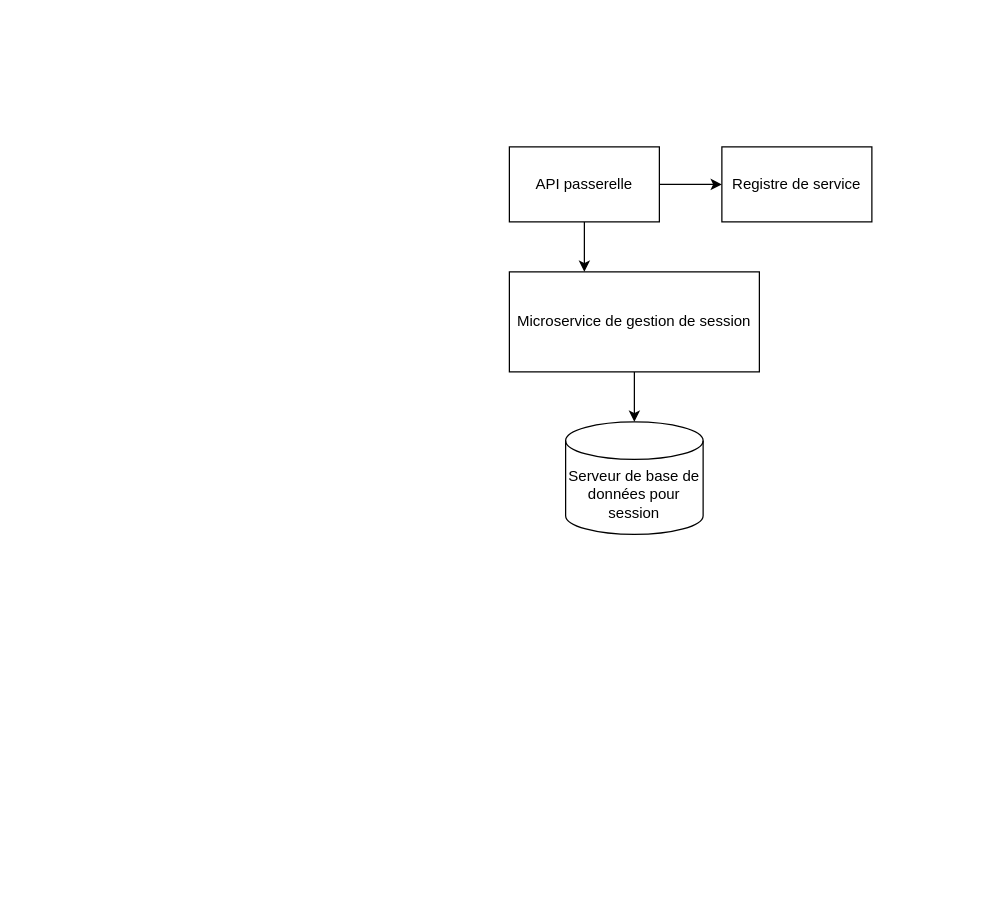
cjour/audit_logistics keeps this draw.io diagram as AplicativeArchitecture.drawio. Above is the earlier version. Source tidied: cells renumbered, new cells numbered last; positions are measured from the earlier drawing's top-left corner, leaving out a move shared by most shapes. Both pictures are drawn from the tidied source at 125%, with x=0, y=0 at pixel (509, 146).
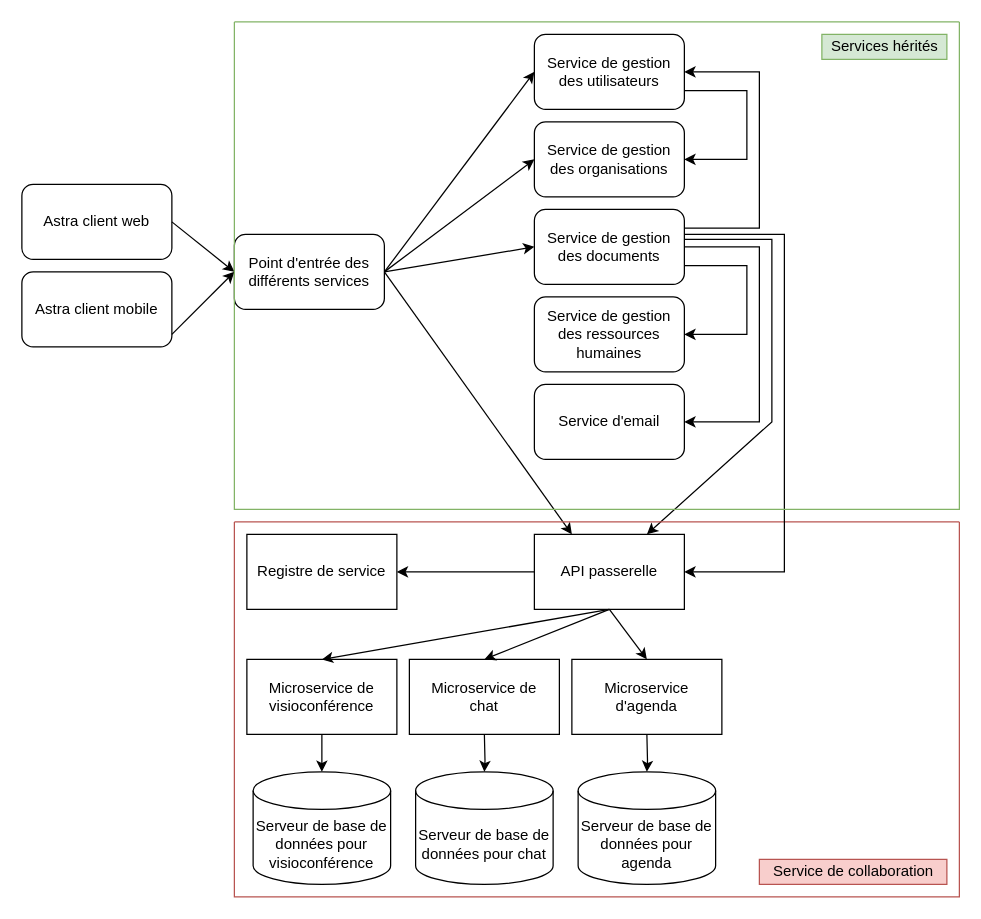
Above is the later version.

Diff of the diagram source:
```diff
@@
-    <mxCell id="2" style="edgeStyle=orthogonalEdgeStyle;rounded=0;jettySize=auto;html=1;" parent="1" edge="1" source="3" target="8">
-      <mxGeometry relative="1" as="geometry" />
-    </mxCell>
-    <mxCell id="3" value="Microservice de gestion de session" style="rounded=0;whiteSpace=wrap;html=1;" parent="1" vertex="1">
-      <mxGeometry y="100" width="200" height="80" as="geometry" />
-    </mxCell>
+    <mxCell id="9" value="Astra client web" style="rounded=1;whiteSpace=wrap;html=1;" parent="1" vertex="1">
+      <mxGeometry x="-390" y="30" width="120" height="60" as="geometry" />
+    </mxCell>
+    <mxCell id="10" value="Astra client mobile" style="rounded=1;whiteSpace=wrap;html=1;" parent="1" vertex="1">
+      <mxGeometry x="-390" y="100" width="120" height="60" as="geometry" />
+    </mxCell>
+    <mxCell id="11" value="Point d'entrée des différents services" style="rounded=1;whiteSpace=wrap;html=1;" parent="1" vertex="1">
+      <mxGeometry x="-220" y="70" width="120" height="60" as="geometry" />
+    </mxCell>
+    <mxCell id="12" value="Service de gestion des utilisateurs" style="rounded=1;whiteSpace=wrap;html=1;" parent="1" vertex="1">
+      <mxGeometry x="20" y="-90" width="120" height="60" as="geometry" />
+    </mxCell>
+    <mxCell id="13" value="Service de gestion des documents" style="rounded=1;whiteSpace=wrap;html=1;" parent="1" vertex="1">
+      <mxGeometry x="20" y="50" width="120" height="60" as="geometry" />
+    </mxCell>
+    <mxCell id="14" value="Service de gestion des organisations" style="rounded=1;whiteSpace=wrap;html=1;" parent="1" vertex="1">
+      <mxGeometry x="20" y="-20" width="120" height="60" as="geometry" />
+    </mxCell>
+    <mxCell id="15" value="Service de gestion des ressources humaines" style="rounded=1;whiteSpace=wrap;html=1;" parent="1" vertex="1">
+      <mxGeometry x="20" y="120" width="120" height="60" as="geometry" />
+    </mxCell>
+    <mxCell id="16" style="endArrow=classic;html=1;rounded=0;" parent="1" edge="1">
+      <mxGeometry relative="1" as="geometry">
+        <mxPoint x="-270" y="150" as="sourcePoint" />
+        <mxPoint x="-220" y="100" as="targetPoint" />
+      </mxGeometry>
+    </mxCell>
+    <mxCell id="17" style="endArrow=classic;html=1;rounded=0;entryX=0;entryY=0.5;entryDx=0;entryDy=0;" parent="1" edge="1" target="11">
+      <mxGeometry relative="1" as="geometry">
+        <mxPoint x="-270" y="60" as="sourcePoint" />
+      </mxGeometry>
+    </mxCell>
+    <mxCell id="18" style="endArrow=classic;html=1;rounded=0;entryX=0;entryY=0.5;entryDx=0;entryDy=0;exitX=1;exitY=0.5;exitDx=0;exitDy=0;" parent="1" edge="1" source="11" target="13">
+      <mxGeometry relative="1" as="geometry" />
+    </mxCell>
+    <mxCell id="19" style="endArrow=classic;html=1;rounded=0;entryX=0;entryY=0.5;entryDx=0;entryDy=0;exitX=1;exitY=0.5;exitDx=0;exitDy=0;" parent="1" edge="1" source="11" target="14">
+      <mxGeometry relative="1" as="geometry" />
+    </mxCell>
+    <mxCell id="20" style="endArrow=classic;html=1;rounded=0;exitX=1;exitY=0.5;exitDx=0;exitDy=0;entryX=0;entryY=0.5;entryDx=0;entryDy=0;" parent="1" edge="1" source="11" target="12">
+      <mxGeometry relative="1" as="geometry" />
+    </mxCell>
+    <mxCell id="21" style="endArrow=classic;html=1;rounded=0;exitX=1;exitY=0.75;exitDx=0;exitDy=0;entryX=1;entryY=0.5;entryDx=0;entryDy=0;" parent="1" edge="1" source="12" target="14">
+      <mxGeometry relative="1" as="geometry">
+        <Array as="points">
+          <mxPoint x="190" y="-45" />
+          <mxPoint x="190" y="10" />
+        </Array>
+      </mxGeometry>
+    </mxCell>
+    <mxCell id="22" style="endArrow=classic;html=1;rounded=0;exitX=1;exitY=0.25;exitDx=0;exitDy=0;entryX=1;entryY=0.5;entryDx=0;entryDy=0;" parent="1" edge="1" source="13" target="12">
+      <mxGeometry relative="1" as="geometry">
+        <Array as="points">
+          <mxPoint x="200" y="65" />
+          <mxPoint x="200" y="-60" />
+        </Array>
+      </mxGeometry>
+    </mxCell>
+    <mxCell id="23" style="endArrow=classic;html=1;rounded=0;exitX=1;exitY=0.75;exitDx=0;exitDy=0;entryX=1;entryY=0.5;entryDx=0;entryDy=0;" parent="1" edge="1" source="13" target="15">
+      <mxGeometry relative="1" as="geometry">
+        <Array as="points">
+          <mxPoint x="190" y="95" />
+          <mxPoint x="190" y="150" />
+        </Array>
+      </mxGeometry>
+    </mxCell>
+    <mxCell id="24" style="endArrow=classic;html=1;rounded=0;exitX=1;exitY=0.5;exitDx=0;exitDy=0;entryX=1;entryY=0.5;entryDx=0;entryDy=0;" parent="1" edge="1" source="13" target="25">
+      <mxGeometry relative="1" as="geometry">
+        <Array as="points">
+          <mxPoint x="200" y="80" />
+          <mxPoint x="200" y="220" />
+        </Array>
+      </mxGeometry>
+    </mxCell>
+    <mxCell id="25" value="Service d'email" style="rounded=1;whiteSpace=wrap;html=1;" parent="1" vertex="1">
+      <mxGeometry x="20" y="190" width="120" height="60" as="geometry" />
+    </mxCell>
+    <mxCell id="26" style="endArrow=classic;html=1;rounded=0;entryX=0.25;entryY=0;entryDx=0;entryDy=0;exitX=1;exitY=0.5;exitDx=0;exitDy=0;" parent="1" edge="1" source="11" target="4">
+      <mxGeometry relative="1" as="geometry" />
+    </mxCell>
+    <mxCell id="27" style="endArrow=classic;html=1;rounded=0;entryX=0.75;entryY=0;entryDx=0;entryDy=0;exitX=1;exitY=0.4;exitDx=0;exitDy=0;exitPerimeter=0;" parent="1" edge="1" source="13" target="4">
+      <mxGeometry relative="1" as="geometry">
+        <Array as="points">
+          <mxPoint x="210" y="74" />
+          <mxPoint x="210" y="220" />
+        </Array>
+      </mxGeometry>
+    </mxCell>
+    <mxCell id="28" style="edgeStyle=orthogonalEdgeStyle;rounded=0;jettySize=auto;html=1;" parent="1" edge="1" source="29" target="32">
+      <mxGeometry relative="1" as="geometry" />
+    </mxCell>
+    <mxCell id="29" value="&lt;div&gt;Microservice de &lt;br&gt;&lt;/div&gt;&lt;div&gt;visioconférence&lt;br&gt;&lt;/div&gt;" style="rounded=0;whiteSpace=wrap;html=1;" parent="1" vertex="1">
+      <mxGeometry x="-210" y="410" width="120" height="60" as="geometry" />
+    </mxCell>
     <mxCell id="4" value="API passerelle" style="rounded=0;whiteSpace=wrap;html=1;" parent="1" vertex="1">
-      <mxGeometry width="120" height="60" as="geometry" />
+      <mxGeometry x="20" y="310" width="120" height="60" as="geometry" />
     </mxCell>
-    <mxCell id="5" style="endArrow=classic;html=1;rounded=0;exitX=0.5;exitY=1;exitDx=0;exitDy=0;" parent="1" edge="1" source="4">
-      <mxGeometry relative="1" as="geometry">
-        <mxPoint x="60" y="100" as="targetPoint" />
-      </mxGeometry>
-    </mxCell>
+    <mxCell id="30" style="endArrow=classic;html=1;rounded=0;exitX=0.5;exitY=1;exitDx=0;exitDy=0;entryX=0.5;entryY=0;entryDx=0;entryDy=0;" parent="1" edge="1" source="4" target="29">
+      <mxGeometry relative="1" as="geometry" />
+    </mxCell>
     <mxCell id="6" value="Registre de service" style="rounded=0;whiteSpace=wrap;html=1;" parent="1" vertex="1">
-      <mxGeometry x="170" width="120" height="60" as="geometry" />
+      <mxGeometry x="-210" y="310" width="120" height="60" as="geometry" />
     </mxCell>
-    <mxCell id="7" style="endArrow=classic;html=1;rounded=0;entryX=0;entryY=0.5;entryDx=0;entryDy=0;exitX=1;exitY=0.5;exitDx=0;exitDy=0;" parent="1" edge="1" source="4" target="6">
-      <mxGeometry relative="1" as="geometry" />
-    </mxCell>
-    <mxCell id="8" value="Serveur de base de données pour session" style="shape=cylinder3;whiteSpace=wrap;html=1;boundedLbl=1;backgroundOutline=1;size=15;" parent="1" vertex="1">
-      <mxGeometry x="45" y="220" width="110" height="90" as="geometry" />
-    </mxCell>
+    <mxCell id="31" style="endArrow=classic;html=1;rounded=0;exitX=0;exitY=0.5;exitDx=0;exitDy=0;" parent="1" edge="1" source="4">
+      <mxGeometry relative="1" as="geometry">
+        <mxPoint x="-90" y="340" as="targetPoint" />
+      </mxGeometry>
+    </mxCell>
+    <mxCell id="32" value="Serveur de base de données pour visioconférence" style="shape=cylinder3;whiteSpace=wrap;html=1;boundedLbl=1;backgroundOutline=1;size=15;" parent="1" vertex="1">
+      <mxGeometry x="-205" y="500" width="110" height="90" as="geometry" />
+    </mxCell>
+    <mxCell id="33" value="&lt;div&gt;Microservice de &lt;br&gt;&lt;/div&gt;&lt;div&gt;chat&lt;br&gt;&lt;/div&gt;" style="rounded=0;whiteSpace=wrap;html=1;" parent="1" vertex="1">
+      <mxGeometry x="-80" y="410" width="120" height="60" as="geometry" />
+    </mxCell>
+    <mxCell id="34" style="endArrow=classic;html=1;rounded=0;entryX=0.5;entryY=0;entryDx=0;entryDy=0;exitX=0.5;exitY=1;exitDx=0;exitDy=0;" parent="1" edge="1" source="4" target="33">
+      <mxGeometry relative="1" as="geometry" />
+    </mxCell>
+    <mxCell id="35" style="edgeStyle=orthogonalEdgeStyle;rounded=0;jettySize=auto;html=1;" parent="1" edge="1" target="36">
+      <mxGeometry relative="1" as="geometry">
+        <mxPoint x="-20" y="470" as="sourcePoint" />
+      </mxGeometry>
+    </mxCell>
+    <mxCell id="36" value="Serveur de base de données pour chat" style="shape=cylinder3;whiteSpace=wrap;html=1;boundedLbl=1;backgroundOutline=1;size=15;" parent="1" vertex="1">
+      <mxGeometry x="-75" y="500" width="110" height="90" as="geometry" />
+    </mxCell>
+    <mxCell id="37" value="&lt;div&gt;Microservice d'agenda&lt;br&gt;&lt;/div&gt;" style="rounded=0;whiteSpace=wrap;html=1;" parent="1" vertex="1">
+      <mxGeometry x="50" y="410" width="120" height="60" as="geometry" />
+    </mxCell>
+    <mxCell id="38" style="endArrow=classic;html=1;rounded=0;entryX=0.5;entryY=0;entryDx=0;entryDy=0;exitX=0.5;exitY=1;exitDx=0;exitDy=0;" parent="1" edge="1" source="4" target="37">
+      <mxGeometry relative="1" as="geometry" />
+    </mxCell>
+    <mxCell id="39" style="edgeStyle=orthogonalEdgeStyle;rounded=0;jettySize=auto;html=1;" parent="1" edge="1" target="40">
+      <mxGeometry relative="1" as="geometry">
+        <mxPoint x="110" y="470" as="sourcePoint" />
+      </mxGeometry>
+    </mxCell>
+    <mxCell id="40" value="Serveur de base de données pour agenda" style="shape=cylinder3;whiteSpace=wrap;html=1;boundedLbl=1;backgroundOutline=1;size=15;" parent="1" vertex="1">
+      <mxGeometry x="55" y="500" width="110" height="90" as="geometry" />
+    </mxCell>
+    <mxCell id="41" style="swimlane;startSize=0;fillColor=#f8cecc;strokeColor=#b85450;" parent="1" vertex="1">
+      <mxGeometry x="-220" y="300" width="580" height="300" as="geometry" />
+    </mxCell>
+    <mxCell id="42" value="Service de collaboration" style="text;html=1;align=center;verticalAlign=middle;strokeColor=#b85450;fillColor=#f8cecc;" parent="41" vertex="1">
+      <mxGeometry x="420" y="270" width="150" height="20" as="geometry" />
+    </mxCell>
+    <mxCell id="43" value="Services hérités" style="text;html=1;align=center;verticalAlign=middle;strokeColor=#82b366;fillColor=#d5e8d4;" parent="1" vertex="1">
+      <mxGeometry x="250" y="-90" width="100" height="20" as="geometry" />
+    </mxCell>
+    <mxCell id="44" style="endArrow=classic;html=1;rounded=0;entryX=1;entryY=0.5;entryDx=0;entryDy=0;" parent="1" edge="1" target="4">
+      <mxGeometry relative="1" as="geometry">
+        <mxPoint x="140" y="70" as="sourcePoint" />
+        <Array as="points">
+          <mxPoint x="220" y="70" />
+          <mxPoint x="220" y="340" />
+        </Array>
+      </mxGeometry>
+    </mxCell>
+    <mxCell id="45" style="swimlane;startSize=0;fillColor=#d5e8d4;strokeColor=#82b366;" parent="1" vertex="1">
+      <mxGeometry x="-220" y="-100" width="580" height="390" as="geometry" />
+    </mxCell>
```
